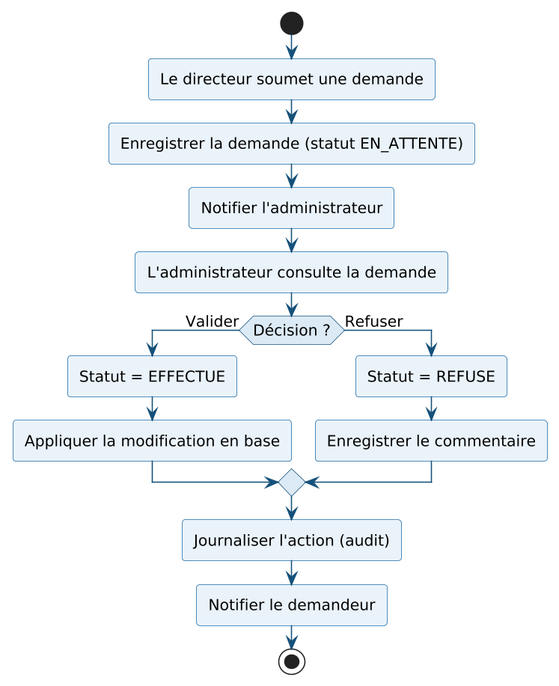
The PlantUML diagram rapport-latex/diagrams/activity_demande.png in ZizouX0/oussema_korbosli, before a commit.
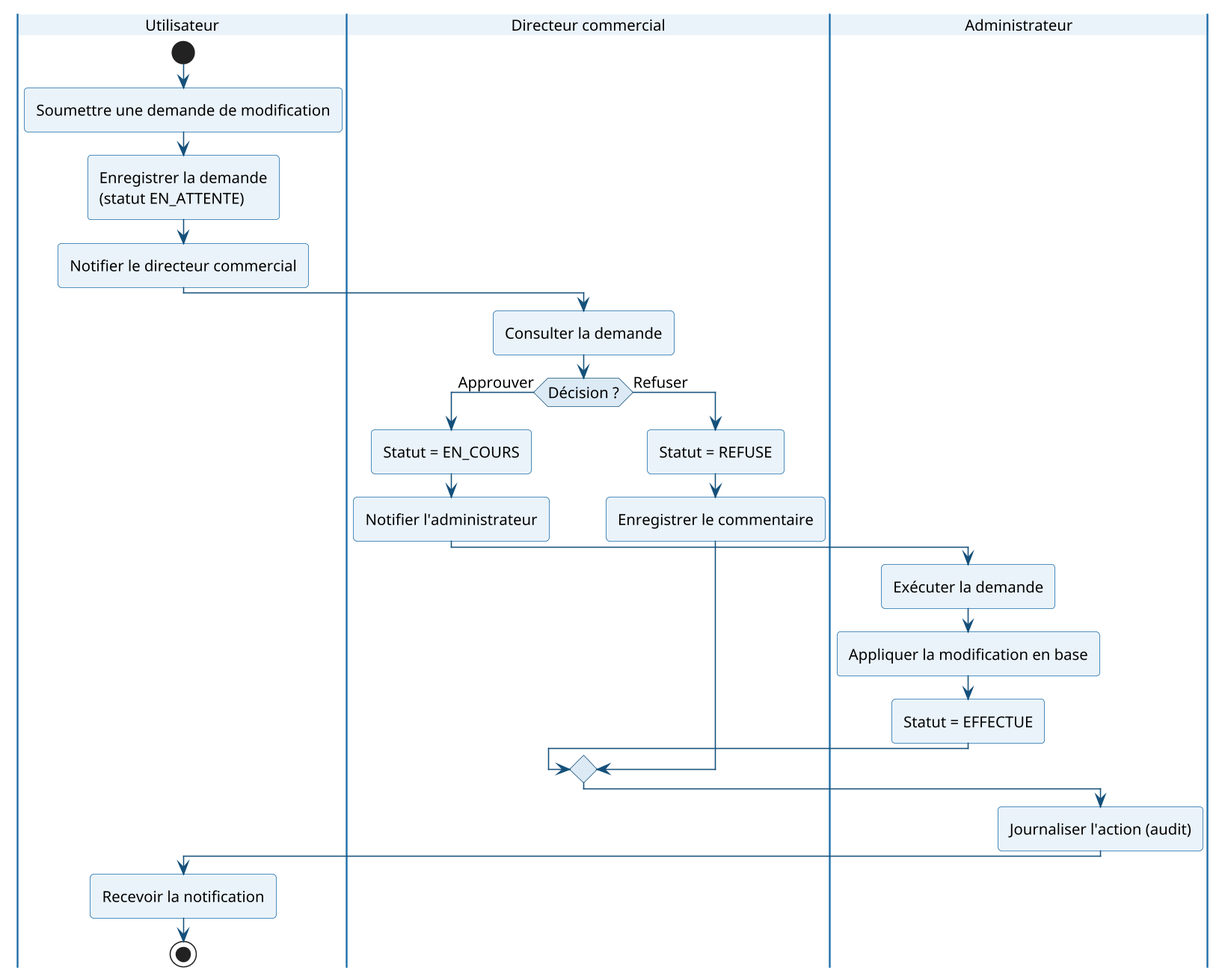
The same file after the commit.

The edit, as a diff of the source:
```diff
@@ -13,19 +13,36 @@
   DiamondBackgroundColor #DCEAF5
   DiamondBorderColor #14507A
 }
+skinparam swimlane {
+  BorderColor #1B6CA8
+  TitleBackgroundColor #EAF3FA
+}
+
+|Utilisateur|
 start
-:Le directeur soumet une demande;
-:Enregistrer la demande (statut EN_ATTENTE);
-:Notifier l'administrateur;
-:L'administrateur consulte la demande;
-if (Décision ?) then (Valider)
+:Soumettre une demande de modification;
+:Enregistrer la demande\n(statut EN_ATTENTE);
+:Notifier le directeur commercial;
+
+|Directeur commercial|
+:Consulter la demande;
+if (Décision ?) then (Approuver)
+  :Statut = EN_COURS;
+  :Notifier l'administrateur;
+  |Administrateur|
+  :Exécuter la demande;
+  :Appliquer la modification en base;
   :Statut = EFFECTUE;
-  :Appliquer la modification en base;
 else (Refuser)
+  |Directeur commercial|
   :Statut = REFUSE;
   :Enregistrer le commentaire;
 endif
+
+|Administrateur|
 :Journaliser l'action (audit);
-:Notifier le demandeur;
+
+|Utilisateur|
+:Recevoir la notification;
 stop
 @enduml
```
